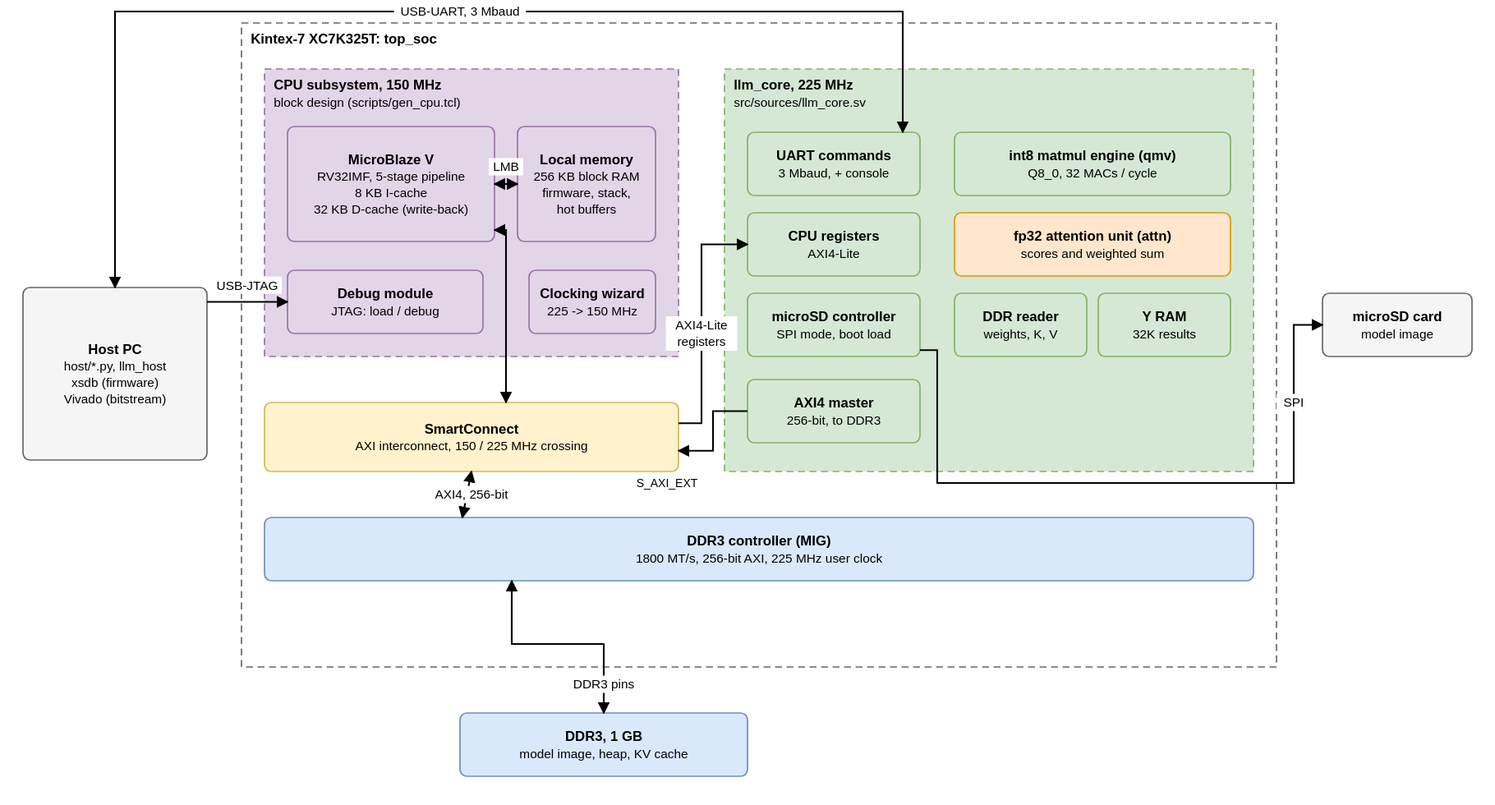
Before: docs/diagrams/system.drawio.svg, a diagram exported from draw.io (tenderribs/llm_fpga). Source tidied: cells renumbered, new cells last; positions are measured from the earlier drawing's top-left corner, leaving out a move shared by most shapes.
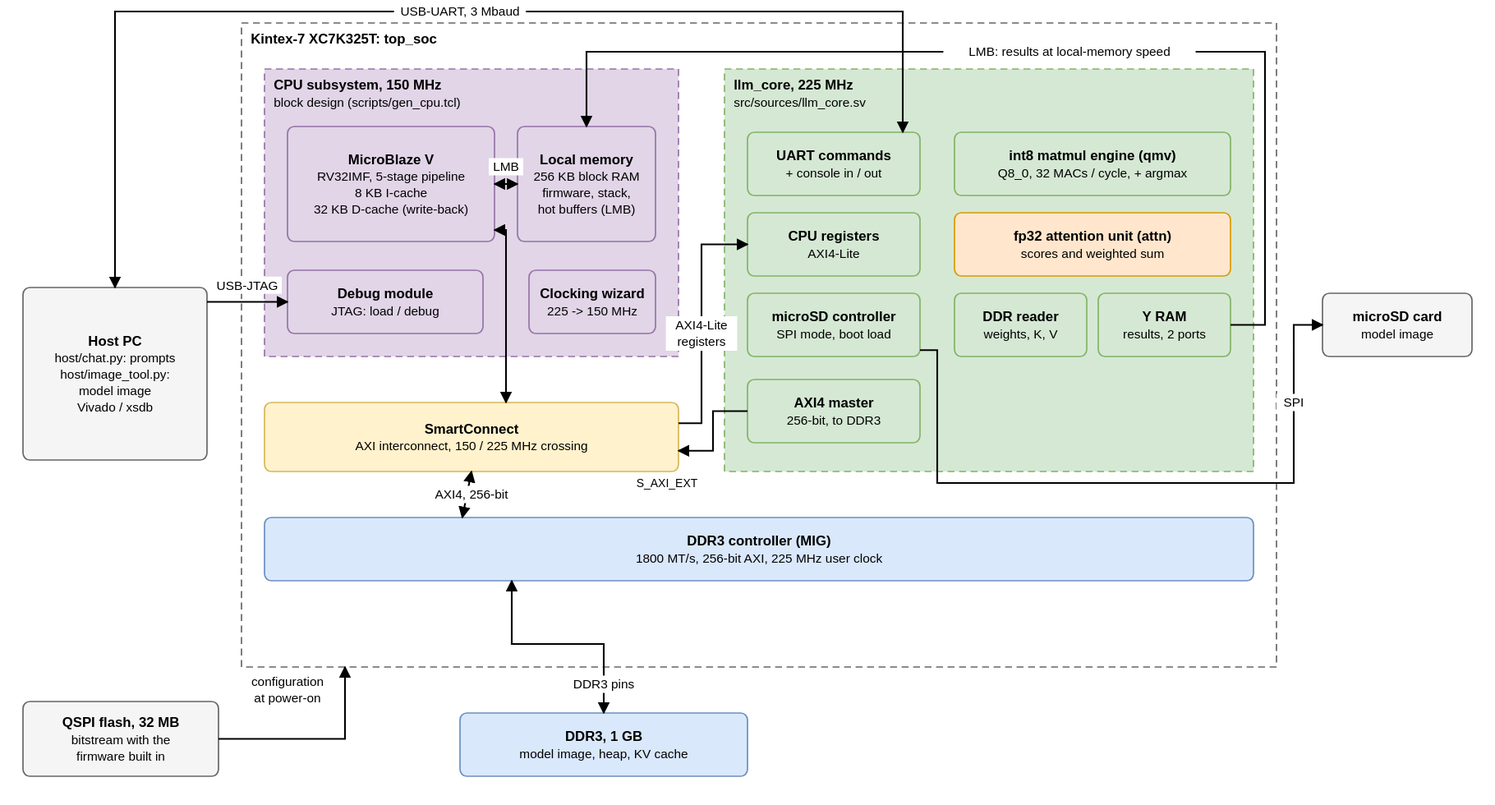
The same diagram one commit later.

What changed in the source:
```diff
@@ -2,7 +2,7 @@
   <root>
     <mxCell id="0" />
     <mxCell id="1" parent="0" />
-    <mxCell id="2" value="&lt;b&gt;Host PC&lt;/b&gt;&lt;br&gt;&lt;font style=&quot;font-size: 11px;&quot;&gt;host/*.py, llm_host&lt;/font&gt;&lt;br&gt;&lt;font style=&quot;font-size: 11px;&quot;&gt;xsdb (firmware)&lt;/font&gt;&lt;br&gt;&lt;font style=&quot;font-size: 11px;&quot;&gt;Vivado (bitstream)&lt;/font&gt;" style="rounded=1;whiteSpace=wrap;html=1;fillColor=#f5f5f5;strokeColor=#666666;fontFamily=Helvetica;fontSize=12;arcSize=6;absoluteArcSize=1;" parent="1" vertex="1">
+    <mxCell id="2" value="&lt;b&gt;Host PC&lt;/b&gt;&lt;br&gt;&lt;font style=&quot;font-size: 11px;&quot;&gt;host/chat.py: prompts&lt;/font&gt;&lt;br&gt;&lt;font style=&quot;font-size: 11px;&quot;&gt;host/image_tool.py:&lt;/font&gt;&lt;br&gt;&lt;font style=&quot;font-size: 11px;&quot;&gt;model image&lt;/font&gt;&lt;br&gt;&lt;font style=&quot;font-size: 11px;&quot;&gt;Vivado / xsdb&lt;/font&gt;" style="rounded=1;whiteSpace=wrap;html=1;fillColor=#f5f5f5;strokeColor=#666666;fontFamily=Helvetica;fontSize=12;arcSize=6;absoluteArcSize=1;" parent="1" vertex="1">
       <mxGeometry y="248" width="160" height="150" as="geometry" />
     </mxCell>
     <mxCell id="3" value="&lt;b&gt;Kintex-7 XC7K325T: top_soc&lt;/b&gt;" style="rounded=0;whiteSpace=wrap;html=1;fillColor=none;strokeColor=#666666;fontFamily=Helvetica;fontSize=12;arcSize=6;absoluteArcSize=1;dashed=1;dashPattern=6 4;align=left;verticalAlign=top;spacingLeft=6;spacingTop=0;" parent="1" vertex="1">
@@ -14,7 +14,7 @@
     <mxCell id="5" value="&lt;b&gt;MicroBlaze V&lt;/b&gt;&lt;br&gt;&lt;font style=&quot;font-size: 11px;&quot;&gt;RV32IMF, 5-stage pipeline&lt;/font&gt;&lt;br&gt;&lt;font style=&quot;font-size: 11px;&quot;&gt;8 KB I-cache&lt;/font&gt;&lt;br&gt;&lt;font style=&quot;font-size: 11px;&quot;&gt;32 KB D-cache (write-back)&lt;/font&gt;" style="rounded=1;whiteSpace=wrap;html=1;fillColor=#e1d5e7;strokeColor=#9673a6;fontFamily=Helvetica;fontSize=12;arcSize=6;absoluteArcSize=1;" parent="1" vertex="1">
       <mxGeometry x="230" y="108" width="180" height="100" as="geometry" />
     </mxCell>
-    <mxCell id="6" value="&lt;b&gt;Local memory&lt;/b&gt;&lt;br&gt;&lt;font style=&quot;font-size: 11px;&quot;&gt;256 KB block RAM&lt;/font&gt;&lt;br&gt;&lt;font style=&quot;font-size: 11px;&quot;&gt;firmware, stack,&lt;/font&gt;&lt;br&gt;&lt;font style=&quot;font-size: 11px;&quot;&gt;hot buffers&lt;/font&gt;" style="rounded=1;whiteSpace=wrap;html=1;fillColor=#e1d5e7;strokeColor=#9673a6;fontFamily=Helvetica;fontSize=12;arcSize=6;absoluteArcSize=1;" parent="1" vertex="1">
+    <mxCell id="6" value="&lt;b&gt;Local memory&lt;/b&gt;&lt;br&gt;&lt;font style=&quot;font-size: 11px;&quot;&gt;256 KB block RAM&lt;/font&gt;&lt;br&gt;&lt;font style=&quot;font-size: 11px;&quot;&gt;firmware, stack,&lt;/font&gt;&lt;br&gt;&lt;font style=&quot;font-size: 11px;&quot;&gt;hot buffers (LMB)&lt;/font&gt;" style="rounded=1;whiteSpace=wrap;html=1;fillColor=#e1d5e7;strokeColor=#9673a6;fontFamily=Helvetica;fontSize=12;arcSize=6;absoluteArcSize=1;" parent="1" vertex="1">
       <mxGeometry x="430" y="108" width="120" height="100" as="geometry" />
     </mxCell>
     <mxCell id="7" value="&lt;b&gt;Debug module&lt;/b&gt;&lt;br&gt;&lt;font style=&quot;font-size: 11px;&quot;&gt;JTAG: load / debug&lt;/font&gt;" style="rounded=1;whiteSpace=wrap;html=1;fillColor=#e1d5e7;strokeColor=#9673a6;fontFamily=Helvetica;fontSize=12;arcSize=6;absoluteArcSize=1;" parent="1" vertex="1">
@@ -29,7 +29,7 @@
     <mxCell id="10" value="&lt;b&gt;llm_core, 225 MHz&lt;/b&gt;&lt;br&gt;&lt;font style=&quot;font-size: 11px;&quot;&gt;src/sources/llm_core.sv&lt;/font&gt;" style="rounded=0;whiteSpace=wrap;html=1;fillColor=#d5e8d4;strokeColor=#82b366;fontFamily=Helvetica;fontSize=12;arcSize=6;absoluteArcSize=1;dashed=1;dashPattern=6 4;align=left;verticalAlign=top;spacingLeft=6;spacingTop=0;" parent="1" vertex="1">
       <mxGeometry x="610" y="58" width="460" height="350" as="geometry" />
     </mxCell>
-    <mxCell id="11" value="&lt;b&gt;UART commands&lt;/b&gt;&lt;br&gt;&lt;font style=&quot;font-size: 11px;&quot;&gt;3 Mbaud, + console&lt;/font&gt;" style="rounded=1;whiteSpace=wrap;html=1;fillColor=#d5e8d4;strokeColor=#82b366;fontFamily=Helvetica;fontSize=12;arcSize=6;absoluteArcSize=1;" parent="1" vertex="1">
+    <mxCell id="11" value="&lt;b&gt;UART commands&lt;/b&gt;&lt;br&gt;&lt;font style=&quot;font-size: 11px;&quot;&gt;+ console in / out&lt;/font&gt;" style="rounded=1;whiteSpace=wrap;html=1;fillColor=#d5e8d4;strokeColor=#82b366;fontFamily=Helvetica;fontSize=12;arcSize=6;absoluteArcSize=1;" parent="1" vertex="1">
       <mxGeometry x="630" y="113" width="150" height="55" as="geometry" />
     </mxCell>
     <mxCell id="12" value="&lt;b&gt;CPU registers&lt;/b&gt;&lt;br&gt;&lt;font style=&quot;font-size: 11px;&quot;&gt;AXI4-Lite&lt;/font&gt;" style="rounded=1;whiteSpace=wrap;html=1;fillColor=#d5e8d4;strokeColor=#82b366;fontFamily=Helvetica;fontSize=12;arcSize=6;absoluteArcSize=1;" parent="1" vertex="1">
@@ -41,7 +41,7 @@
     <mxCell id="14" value="&lt;b&gt;AXI4 master&lt;/b&gt;&lt;br&gt;&lt;font style=&quot;font-size: 11px;&quot;&gt;256-bit, to DDR3&lt;/font&gt;" style="rounded=1;whiteSpace=wrap;html=1;fillColor=#d5e8d4;strokeColor=#82b366;fontFamily=Helvetica;fontSize=12;arcSize=6;absoluteArcSize=1;" parent="1" vertex="1">
       <mxGeometry x="630" y="328" width="150" height="55" as="geometry" />
     </mxCell>
-    <mxCell id="15" value="&lt;b&gt;int8 matmul engine (qmv)&lt;/b&gt;&lt;br&gt;&lt;font style=&quot;font-size: 11px;&quot;&gt;Q8_0, 32 MACs / cycle&lt;/font&gt;" style="rounded=1;whiteSpace=wrap;html=1;fillColor=#d5e8d4;strokeColor=#82b366;fontFamily=Helvetica;fontSize=12;arcSize=6;absoluteArcSize=1;" parent="1" vertex="1">
+    <mxCell id="15" value="&lt;b&gt;int8 matmul engine (qmv)&lt;/b&gt;&lt;br&gt;&lt;font style=&quot;font-size: 11px;&quot;&gt;Q8_0, 32 MACs / cycle, + argmax&lt;/font&gt;" style="rounded=1;whiteSpace=wrap;html=1;fillColor=#d5e8d4;strokeColor=#82b366;fontFamily=Helvetica;fontSize=12;arcSize=6;absoluteArcSize=1;" parent="1" vertex="1">
       <mxGeometry x="810" y="113" width="240" height="55" as="geometry" />
     </mxCell>
     <mxCell id="16" value="&lt;b&gt;fp32 attention unit (attn)&lt;/b&gt;&lt;br&gt;&lt;font style=&quot;font-size: 11px;&quot;&gt;scores and weighted sum&lt;/font&gt;" style="rounded=1;whiteSpace=wrap;html=1;fillColor=#ffe6cc;strokeColor=#d79b00;fontFamily=Helvetica;fontSize=12;arcSize=6;absoluteArcSize=1;" parent="1" vertex="1">
@@ -50,7 +50,7 @@
     <mxCell id="17" value="&lt;b&gt;DDR reader&lt;/b&gt;&lt;br&gt;&lt;font style=&quot;font-size: 11px;&quot;&gt;weights, K, V&lt;/font&gt;" style="rounded=1;whiteSpace=wrap;html=1;fillColor=#d5e8d4;strokeColor=#82b366;fontFamily=Helvetica;fontSize=12;arcSize=6;absoluteArcSize=1;" parent="1" vertex="1">
       <mxGeometry x="810" y="253" width="115" height="55" as="geometry" />
     </mxCell>
-    <mxCell id="18" value="&lt;b&gt;Y RAM&lt;/b&gt;&lt;br&gt;&lt;font style=&quot;font-size: 11px;&quot;&gt;32K results&lt;/font&gt;" style="rounded=1;whiteSpace=wrap;html=1;fillColor=#d5e8d4;strokeColor=#82b366;fontFamily=Helvetica;fontSize=12;arcSize=6;absoluteArcSize=1;" parent="1" vertex="1">
+    <mxCell id="18" value="&lt;b&gt;Y RAM&lt;/b&gt;&lt;br&gt;&lt;font style=&quot;font-size: 11px;&quot;&gt;results, 2 ports&lt;/font&gt;" style="rounded=1;whiteSpace=wrap;html=1;fillColor=#d5e8d4;strokeColor=#82b366;fontFamily=Helvetica;fontSize=12;arcSize=6;absoluteArcSize=1;" parent="1" vertex="1">
       <mxGeometry x="935" y="253" width="115" height="55" as="geometry" />
     </mxCell>
     <mxCell id="19" value="&lt;b&gt;DDR3 controller (MIG)&lt;/b&gt;&lt;br&gt;&lt;font style=&quot;font-size: 11px;&quot;&gt;1800 MT/s, 256-bit AXI, 225 MHz user clock&lt;/font&gt;" style="rounded=1;whiteSpace=wrap;html=1;fillColor=#dae8fc;strokeColor=#6c8ebf;fontFamily=Helvetica;fontSize=12;arcSize=6;absoluteArcSize=1;" parent="1" vertex="1">
@@ -62,6 +62,9 @@
     <mxCell id="21" value="&lt;b&gt;microSD card&lt;/b&gt;&lt;br&gt;&lt;font style=&quot;font-size: 11px;&quot;&gt;model image&lt;/font&gt;" style="rounded=1;whiteSpace=wrap;html=1;fillColor=#f5f5f5;strokeColor=#666666;fontFamily=Helvetica;fontSize=12;arcSize=6;absoluteArcSize=1;" parent="1" vertex="1">
       <mxGeometry x="1130" y="253" width="130" height="55" as="geometry" />
     </mxCell>
+    <mxCell id="39" value="&lt;b&gt;QSPI flash, 32 MB&lt;/b&gt;&lt;br&gt;&lt;font style=&quot;font-size: 11px;&quot;&gt;bitstream with the&lt;/font&gt;&lt;br&gt;&lt;font style=&quot;font-size: 11px;&quot;&gt;firmware built in&lt;/font&gt;" style="rounded=1;whiteSpace=wrap;html=1;fillColor=#f5f5f5;strokeColor=#666666;fontFamily=Helvetica;fontSize=12;arcSize=6;absoluteArcSize=1;" parent="1" vertex="1">
+      <mxGeometry y="608" width="170" height="65" as="geometry" />
+    </mxCell>
     <mxCell id="22" style="edgeStyle=none;html=1;rounded=0;endArrow=block;endFill=1;strokeColor=#000000;strokeWidth=1.5;exitX=0.5;exitY=0;exitDx=0;exitDy=0;entryX=0.9;entryY=0;entryDx=0;entryDy=0;startArrow=block;startFill=1;" parent="1" edge="1" source="2" target="11">
       <mxGeometry relative="1" as="geometry">
         <Array as="points">
@@ -85,21 +88,21 @@
     <mxCell id="27" value="LMB" style="text;html=1;align=center;verticalAlign=middle;fontFamily=Helvetica;fontSize=11;labelBackgroundColor=#ffffff;" parent="1" vertex="1">
       <mxGeometry x="405" y="135.5" width="30" height="15" as="geometry" />
     </mxCell>
-    <mxCell id="28" style="edgeStyle=none;html=1;rounded=0;endArrow=block;endFill=1;strokeColor=#000000;strokeWidth=1.5;exitX=1;exitY=0.9;exitDx=0;exitDy=0;entryX=0.5833333333333334;entryY=0;entryDx=0;entryDy=0;startArrow=block;startFill=1;" parent="1" edge="1" source="5" target="9">
-      <mxGeometry relative="1" as="geometry">
-        <Array as="points">
-          <mxPoint x="420" y="198" />
-        </Array>
-      </mxGeometry>
-    </mxCell>
-    <mxCell id="29" style="edgeStyle=none;html=1;rounded=0;endArrow=block;endFill=1;strokeColor=#000000;strokeWidth=1.5;exitX=1;exitY=0.3;exitDx=0;exitDy=0;entryX=0;entryY=0.5;entryDx=0;entryDy=0;" parent="1" edge="1" source="9" target="12">
+    <mxCell id="29" style="edgeStyle=none;html=1;rounded=0;endArrow=block;endFill=1;strokeColor=#000000;strokeWidth=1.5;exitX=1;exitY=0.9;exitDx=0;exitDy=0;entryX=0.5833333333333334;entryY=0;entryDx=0;entryDy=0;startArrow=block;startFill=1;" parent="1" edge="1" source="5" target="9">
       <mxGeometry relative="1" as="geometry">
         <Array as="points">
-          <mxPoint x="590" y="366" />
-          <mxPoint x="590" y="210.5" />
+          <mxPoint x="420" y="198" />
         </Array>
       </mxGeometry>
     </mxCell>
+    <mxCell id="40" style="edgeStyle=none;html=1;rounded=0;endArrow=block;endFill=1;strokeColor=#000000;strokeWidth=1.5;exitX=1;exitY=0.3;exitDx=0;exitDy=0;entryX=0;entryY=0.5;entryDx=0;entryDy=0;" parent="1" edge="1" source="9" target="12">
+      <mxGeometry relative="1" as="geometry">
+        <Array as="points">
+          <mxPoint x="590" y="366" />
+          <mxPoint x="590" y="210.5" />
+        </Array>
+      </mxGeometry>
+    </mxCell>
     <mxCell id="30" value="AXI4-Lite&lt;br&gt;registers" style="text;html=1;align=center;verticalAlign=middle;fontFamily=Helvetica;fontSize=11;labelBackgroundColor=#ffffff;" parent="1" vertex="1">
       <mxGeometry x="559" y="273" width="62" height="30" as="geometry" />
     </mxCell>
@@ -144,5 +147,27 @@
     <mxCell id="38" value="SPI" style="text;html=1;align=center;verticalAlign=middle;fontFamily=Helvetica;fontSize=11;labelBackgroundColor=#ffffff;" parent="1" vertex="1">
       <mxGeometry x="1090" y="340.5" width="30" height="15" as="geometry" />
     </mxCell>
+    <mxCell id="41" style="edgeStyle=none;html=1;rounded=0;endArrow=block;endFill=1;strokeColor=#000000;strokeWidth=1.5;exitX=1;exitY=0.5;exitDx=0;exitDy=0;entryX=0.5;entryY=0;entryDx=0;entryDy=0;" parent="1" edge="1" source="18" target="6">
+      <mxGeometry relative="1" as="geometry">
+        <Array as="points">
+          <mxPoint x="1080" y="280.5" />
+          <mxPoint x="1080" y="43" />
+          <mxPoint x="490" y="43" />
+        </Array>
+      </mxGeometry>
+    </mxCell>
+    <mxCell id="42" value="LMB: results at local-memory speed" style="text;html=1;align=center;verticalAlign=middle;fontFamily=Helvetica;fontSize=11;labelBackgroundColor=#ffffff;" parent="1" vertex="1">
+      <mxGeometry x="800.3" y="35.5" width="219.4" height="15" as="geometry" />
+    </mxCell>
+    <mxCell id="43" style="edgeStyle=none;html=1;rounded=0;endArrow=block;endFill=1;strokeColor=#000000;strokeWidth=1.5;exitX=1;exitY=0.5;exitDx=0;exitDy=0;entryX=0.1;entryY=1;entryDx=0;entryDy=0;" parent="1" edge="1" source="39" target="3">
+      <mxGeometry relative="1" as="geometry">
+        <Array as="points">
+          <mxPoint x="280" y="640.5" />
+        </Array>
+      </mxGeometry>
+    </mxCell>
+    <mxCell id="44" value="configuration&lt;br&gt;at power-on" style="text;html=1;align=center;verticalAlign=middle;fontFamily=Helvetica;fontSize=11;labelBackgroundColor=#ffffff;" parent="1" vertex="1">
+      <mxGeometry x="190" y="583" width="80" height="30" as="geometry" />
+    </mxCell>
   </root>
 </mxGraphModel>
```
